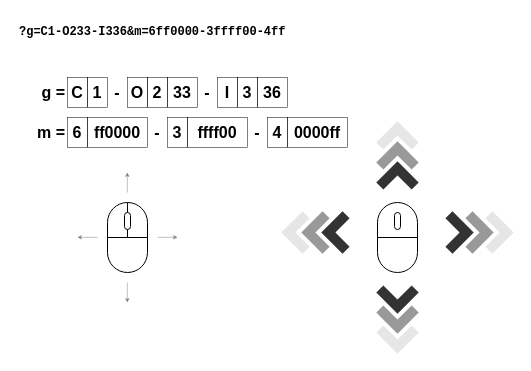
This is online/images/mouse.drawio from boytchev/platons, a draw.io file, before an edit. Source tidied: cells renumbered, new cells numbered last; positions are measured from the earlier drawing's top-left corner, leaving out a move shared by most shapes. Both pictures are drawn from the tidied source at 100%, with x=0, y=0 at pixel (17, 17).
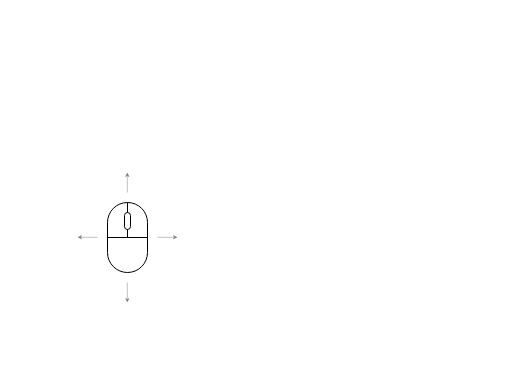
The same page after the edit.

The edit, as a diff of the source:
```diff
@@
-    <mxCell id="6" style="shape=corner;whiteSpace=wrap;html=1;dx=10;dy=10;fillColor=#999999;strokeColor=none;rotation=45;" parent="1" vertex="1">
-      <mxGeometry x="365" y="130" width="30" height="30" as="geometry" />
-    </mxCell>
-    <mxCell id="7" style="shape=corner;whiteSpace=wrap;html=1;dx=10;dy=10;fillColor=#999999;strokeColor=none;rotation=-135;" parent="1" vertex="1">
-      <mxGeometry x="365" y="280" width="30" height="30" as="geometry" />
-    </mxCell>
-    <mxCell id="8" style="shape=corner;whiteSpace=wrap;html=1;dx=10;dy=10;fillColor=#999999;strokeColor=none;rotation=135;" parent="1" vertex="1">
-      <mxGeometry x="440" y="200" width="30" height="30" as="geometry" />
-    </mxCell>
-    <mxCell id="9" style="shape=corner;whiteSpace=wrap;html=1;dx=10;dy=10;fillColor=#999999;strokeColor=none;rotation=-45;" parent="1" vertex="1">
-      <mxGeometry x="290" y="200" width="30" height="30" as="geometry" />
-    </mxCell>
-    <mxCell id="10" style="shape=corner;whiteSpace=wrap;html=1;dx=10;dy=10;fillColor=#E6E6E6;strokeColor=none;rotation=45;" parent="1" vertex="1">
-      <mxGeometry x="365" y="110" width="30" height="30" as="geometry" />
-    </mxCell>
-    <mxCell id="11" style="shape=corner;whiteSpace=wrap;html=1;dx=10;dy=10;fillColor=#E6E6E6;strokeColor=none;rotation=135;" parent="1" vertex="1">
-      <mxGeometry x="460" y="200" width="30" height="30" as="geometry" />
-    </mxCell>
-    <mxCell id="12" style="shape=corner;whiteSpace=wrap;html=1;dx=10;dy=10;fillColor=#E6E6E6;strokeColor=none;rotation=-135;" parent="1" vertex="1">
-      <mxGeometry x="365" y="300" width="30" height="30" as="geometry" />
-    </mxCell>
-    <mxCell id="13" style="shape=corner;whiteSpace=wrap;html=1;dx=10;dy=10;fillColor=#E6E6E6;strokeColor=none;rotation=-45;" parent="1" vertex="1">
-      <mxGeometry x="270" y="200" width="30" height="30" as="geometry" />
-    </mxCell>
-    <mxCell id="14" style="rounded=1;whiteSpace=wrap;html=1;arcSize=50;strokeWidth=1;" parent="1" vertex="1">
-      <mxGeometry x="360" y="185" width="40" height="70" as="geometry" />
-    </mxCell>
-    <mxCell id="15" style="endArrow=none;html=1;rounded=0;strokeWidth=1;" parent="1" edge="1">
-      <mxGeometry relative="1" as="geometry">
-        <mxPoint x="360" y="220" as="sourcePoint" />
-        <mxPoint x="400" y="220" as="targetPoint" />
-      </mxGeometry>
-    </mxCell>
-    <mxCell id="16" style="rounded=1;whiteSpace=wrap;html=1;arcSize=50;strokeWidth=1;" parent="1" vertex="1">
-      <mxGeometry x="377" y="195" width="6" height="17" as="geometry" />
-    </mxCell>
-    <mxCell id="17" style="shape=corner;whiteSpace=wrap;html=1;dx=10;dy=10;fillColor=#333333;strokeColor=none;rotation=-45;" parent="1" vertex="1">
-      <mxGeometry x="310" y="200" width="30" height="30" as="geometry" />
-    </mxCell>
-    <mxCell id="18" style="shape=corner;whiteSpace=wrap;html=1;dx=10;dy=10;fillColor=#333333;strokeColor=none;rotation=135;" parent="1" vertex="1">
-      <mxGeometry x="420" y="200" width="30" height="30" as="geometry" />
-    </mxCell>
-    <mxCell id="19" style="shape=corner;whiteSpace=wrap;html=1;dx=10;dy=10;fillColor=#333333;strokeColor=none;rotation=-135;" parent="1" vertex="1">
-      <mxGeometry x="365" y="260" width="30" height="30" as="geometry" />
-    </mxCell>
-    <mxCell id="20" style="shape=corner;whiteSpace=wrap;html=1;dx=10;dy=10;fillColor=#333333;strokeColor=none;rotation=45;" parent="1" vertex="1">
-      <mxGeometry x="365" y="150" width="30" height="30" as="geometry" />
-    </mxCell>
@@
-    <mxCell id="25" value="?g=C1-O233-I336&amp;amp;m=6ff0000-3ffff00-4ff" style="text;html=1;strokeColor=none;fillColor=none;align=left;verticalAlign=middle;whiteSpace=wrap;rounded=0;fontFamily=Courier New;fontStyle=1;" parent="1" vertex="1">
-      <mxGeometry width="300" height="30" as="geometry" />
-    </mxCell>
-    <mxCell id="26" value="C" style="rounded=0;whiteSpace=wrap;html=1;fontStyle=1;fontSize=16;strokeWidth=0.5;fillColor=none;" parent="1" vertex="1">
-      <mxGeometry x="50" y="60" width="20" height="30" as="geometry" />
-    </mxCell>
-    <mxCell id="27" value="1" style="rounded=0;whiteSpace=wrap;html=1;fontStyle=1;fontSize=16;strokeWidth=0.5;fillColor=none;" parent="1" vertex="1">
-      <mxGeometry x="70" y="60" width="20" height="30" as="geometry" />
-    </mxCell>
-    <mxCell id="28" value="-" style="rounded=0;whiteSpace=wrap;html=1;fontStyle=1;fontSize=16;strokeWidth=0.5;strokeColor=none;fillColor=none;" parent="1" vertex="1">
-      <mxGeometry x="90" y="60" width="20" height="30" as="geometry" />
-    </mxCell>
-    <mxCell id="29" value="O" style="rounded=0;whiteSpace=wrap;html=1;fontStyle=1;fontSize=16;strokeWidth=0.5;fillColor=none;" parent="1" vertex="1">
-      <mxGeometry x="110" y="60" width="20" height="30" as="geometry" />
-    </mxCell>
-    <mxCell id="30" value="2" style="rounded=0;whiteSpace=wrap;html=1;fontStyle=1;fontSize=16;strokeWidth=0.5;fillColor=none;" parent="1" vertex="1">
-      <mxGeometry x="130" y="60" width="20" height="30" as="geometry" />
-    </mxCell>
-    <mxCell id="31" value="33" style="rounded=0;whiteSpace=wrap;html=1;fontStyle=1;fontSize=16;strokeWidth=0.5;fillColor=none;" parent="1" vertex="1">
-      <mxGeometry x="150" y="60" width="30" height="30" as="geometry" />
-    </mxCell>
-    <mxCell id="32" value="-" style="rounded=0;whiteSpace=wrap;html=1;fontStyle=1;fontSize=16;strokeWidth=0.5;strokeColor=none;fillColor=none;" parent="1" vertex="1">
-      <mxGeometry x="180" y="60" width="20" height="30" as="geometry" />
-    </mxCell>
-    <mxCell id="33" value="I" style="rounded=0;whiteSpace=wrap;html=1;fontStyle=1;fontSize=16;strokeWidth=0.5;fillColor=none;" parent="1" vertex="1">
-      <mxGeometry x="200" y="60" width="20" height="30" as="geometry" />
-    </mxCell>
-    <mxCell id="34" value="3" style="rounded=0;whiteSpace=wrap;html=1;fontStyle=1;fontSize=16;strokeWidth=0.5;fillColor=none;" parent="1" vertex="1">
-      <mxGeometry x="220" y="60" width="20" height="30" as="geometry" />
-    </mxCell>
-    <mxCell id="35" value="36" style="rounded=0;whiteSpace=wrap;html=1;fontStyle=1;fontSize=16;strokeWidth=0.5;fillColor=none;" parent="1" vertex="1">
-      <mxGeometry x="240" y="60" width="30" height="30" as="geometry" />
-    </mxCell>
-    <mxCell id="36" value="g =" style="rounded=0;whiteSpace=wrap;html=1;fontStyle=1;fontSize=16;strokeWidth=0.5;fillColor=none;strokeColor=none;align=right;" parent="1" vertex="1">
-      <mxGeometry x="10" y="60" width="40" height="30" as="geometry" />
-    </mxCell>
-    <mxCell id="37" value="m =" style="rounded=0;whiteSpace=wrap;html=1;fontStyle=1;fontSize=16;strokeWidth=0.5;fillColor=none;strokeColor=none;align=right;" parent="1" vertex="1">
-      <mxGeometry x="10" y="100" width="40" height="30" as="geometry" />
-    </mxCell>
-    <mxCell id="38" value="6" style="rounded=0;whiteSpace=wrap;html=1;fontStyle=1;fontSize=16;strokeWidth=0.5;fillColor=none;" parent="1" vertex="1">
-      <mxGeometry x="50" y="100" width="20" height="30" as="geometry" />
-    </mxCell>
-    <mxCell id="39" value="ff0000" style="rounded=0;whiteSpace=wrap;html=1;fontStyle=1;fontSize=16;strokeWidth=0.5;fillColor=none;" parent="1" vertex="1">
-      <mxGeometry x="70" y="100" width="60" height="30" as="geometry" />
-    </mxCell>
-    <mxCell id="40" value="-" style="rounded=0;whiteSpace=wrap;html=1;fontStyle=1;fontSize=16;strokeWidth=0.5;strokeColor=none;fillColor=none;" parent="1" vertex="1">
-      <mxGeometry x="130" y="100" width="20" height="30" as="geometry" />
-    </mxCell>
-    <mxCell id="41" value="3" style="rounded=0;whiteSpace=wrap;html=1;fontStyle=1;fontSize=16;strokeWidth=0.5;fillColor=none;" parent="1" vertex="1">
-      <mxGeometry x="150" y="100" width="20" height="30" as="geometry" />
-    </mxCell>
-    <mxCell id="42" value="ffff00" style="rounded=0;whiteSpace=wrap;html=1;fontStyle=1;fontSize=16;strokeWidth=0.5;fillColor=none;" parent="1" vertex="1">
-      <mxGeometry x="170" y="100" width="60" height="30" as="geometry" />
-    </mxCell>
-    <mxCell id="43" value="-" style="rounded=0;whiteSpace=wrap;html=1;fontStyle=1;fontSize=16;strokeWidth=0.5;strokeColor=none;fillColor=none;" parent="1" vertex="1">
-      <mxGeometry x="230" y="100" width="20" height="30" as="geometry" />
-    </mxCell>
-    <mxCell id="44" value="4" style="rounded=0;whiteSpace=wrap;html=1;fontStyle=1;fontSize=16;strokeWidth=0.5;fillColor=none;" parent="1" vertex="1">
-      <mxGeometry x="250" y="100" width="20" height="30" as="geometry" />
-    </mxCell>
-    <mxCell id="45" value="0000ff" style="rounded=0;whiteSpace=wrap;html=1;fontStyle=1;fontSize=16;strokeWidth=0.5;fillColor=none;" parent="1" vertex="1">
-      <mxGeometry x="270" y="100" width="60" height="30" as="geometry" />
-    </mxCell>
```
